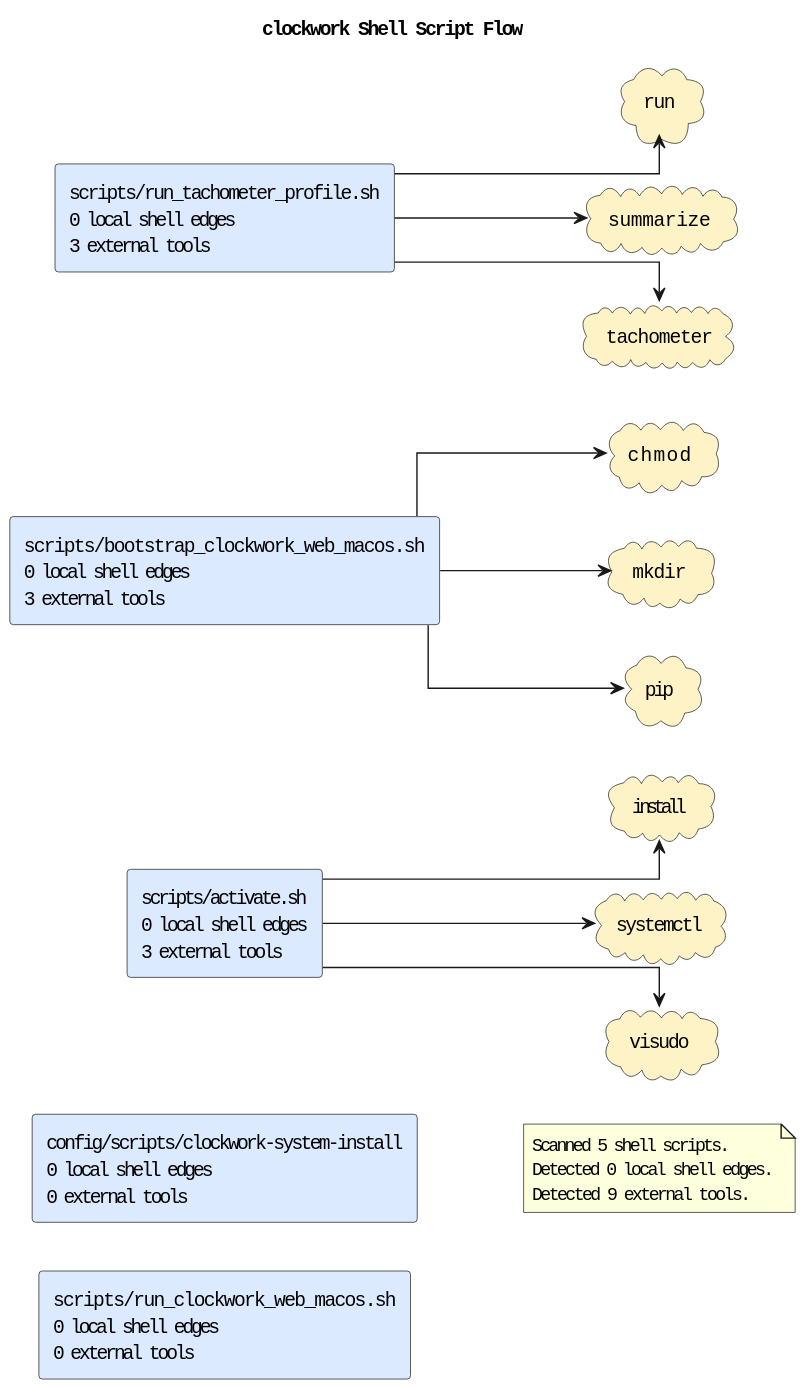
Before: docs/diagrams/shell-call-graph.puml.svg, a diagram exported from PlantUML (casonk/clockwork).
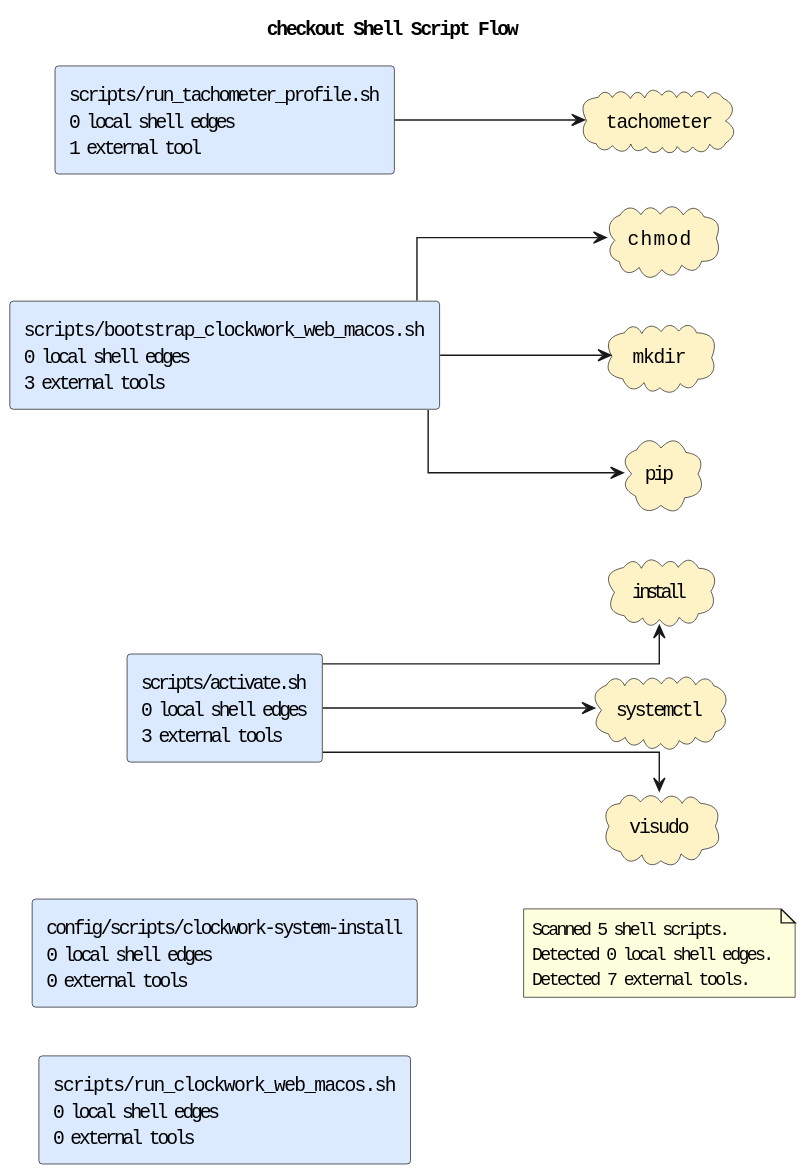
Above is the later version.

What changed in the source:
```diff
@@ -1,5 +1,5 @@
 @startuml
-title clockwork Shell Script Flow
+title checkout Shell Script Flow
 left to right direction
 skinparam shadowing false
 skinparam defaultFontName Monospace
@@ -9,13 +9,11 @@
 rectangle "scripts/activate.sh\n0 local shell edges\n3 external tools" as shell_scripts_activate_sh #DBEAFE
 rectangle "scripts/bootstrap_clockwork_web_macos.sh\n0 local shell edges\n3 external tools" as shell_scripts_bootstrap_clockwork_web_macos_sh #DBEAFE
 rectangle "scripts/run_clockwork_web_macos.sh\n0 local shell edges\n0 external tools" as shell_scripts_run_clockwork_web_macos_sh #DBEAFE
-rectangle "scripts/run_tachometer_profile.sh\n0 local shell edges\n3 external tools" as shell_scripts_run_tachometer_profile_sh #DBEAFE
+rectangle "scripts/run_tachometer_profile.sh\n0 local shell edges\n1 external tool" as shell_scripts_run_tachometer_profile_sh #DBEAFE
 cloud "chmod" as tool_chmod #FEF3C7
 cloud "install" as tool_install #FEF3C7
 cloud "mkdir" as tool_mkdir #FEF3C7
 cloud "pip" as tool_pip #FEF3C7
-cloud "run" as tool_run #FEF3C7
-cloud "summarize" as tool_summarize #FEF3C7
 cloud "systemctl" as tool_systemctl #FEF3C7
 cloud "tachometer" as tool_tachometer #FEF3C7
 cloud "visudo" as tool_visudo #FEF3C7
@@ -25,12 +23,10 @@
 shell_scripts_bootstrap_clockwork_web_macos_sh --> tool_chmod
 shell_scripts_bootstrap_clockwork_web_macos_sh --> tool_mkdir
 shell_scripts_bootstrap_clockwork_web_macos_sh --> tool_pip
-shell_scripts_run_tachometer_profile_sh --> tool_run
-shell_scripts_run_tachometer_profile_sh --> tool_summarize
 shell_scripts_run_tachometer_profile_sh --> tool_tachometer
 note as shellGraphSummary
 Scanned 5 shell scripts.
 Detected 0 local shell edges.
-Detected 9 external tools.
+Detected 7 external tools.
 end note
 @enduml
```
